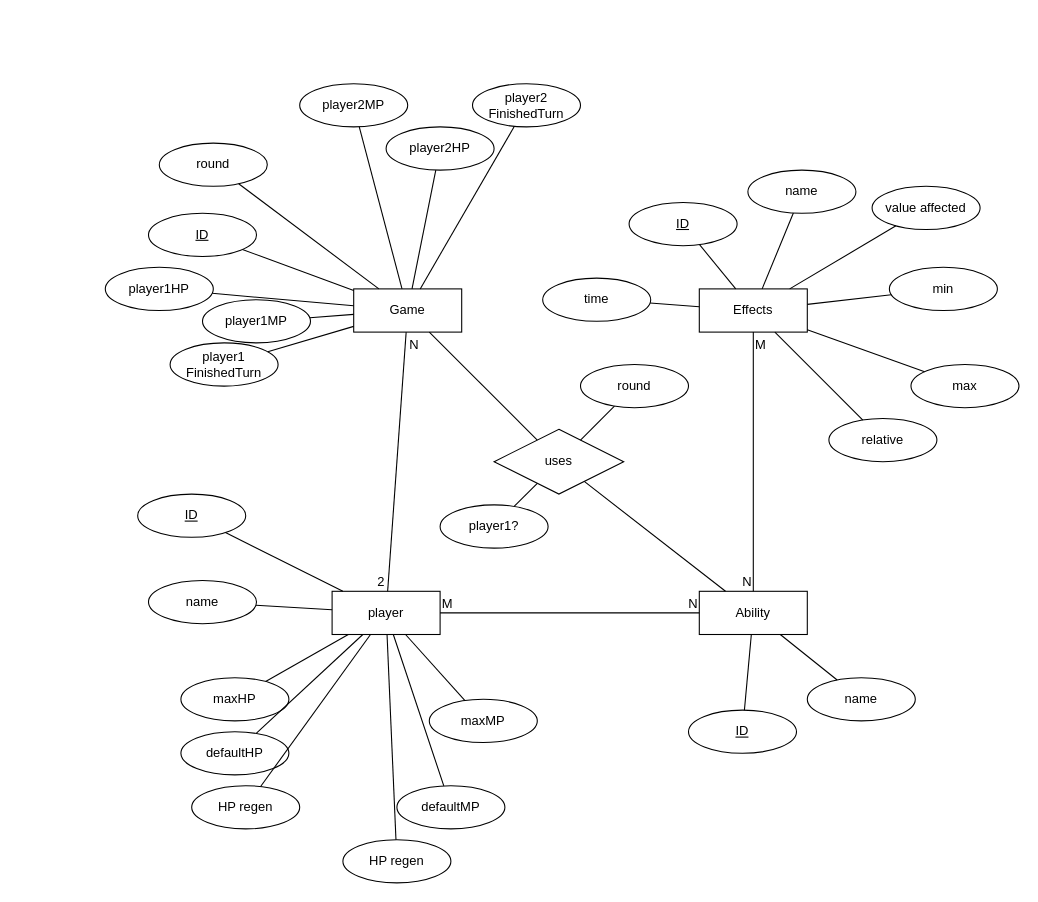
Earlier version of the draw.io diagram ER.drawio (Schatten2021/informatik_project_game-server). Source tidied: cells renumbered, new cells numbered last; positions are measured from the earlier drawing's top-left corner, leaving out a move shared by most shapes. Both pictures are drawn from the tidied source at 108%, with x=0, y=0 at pixel (105, 83).
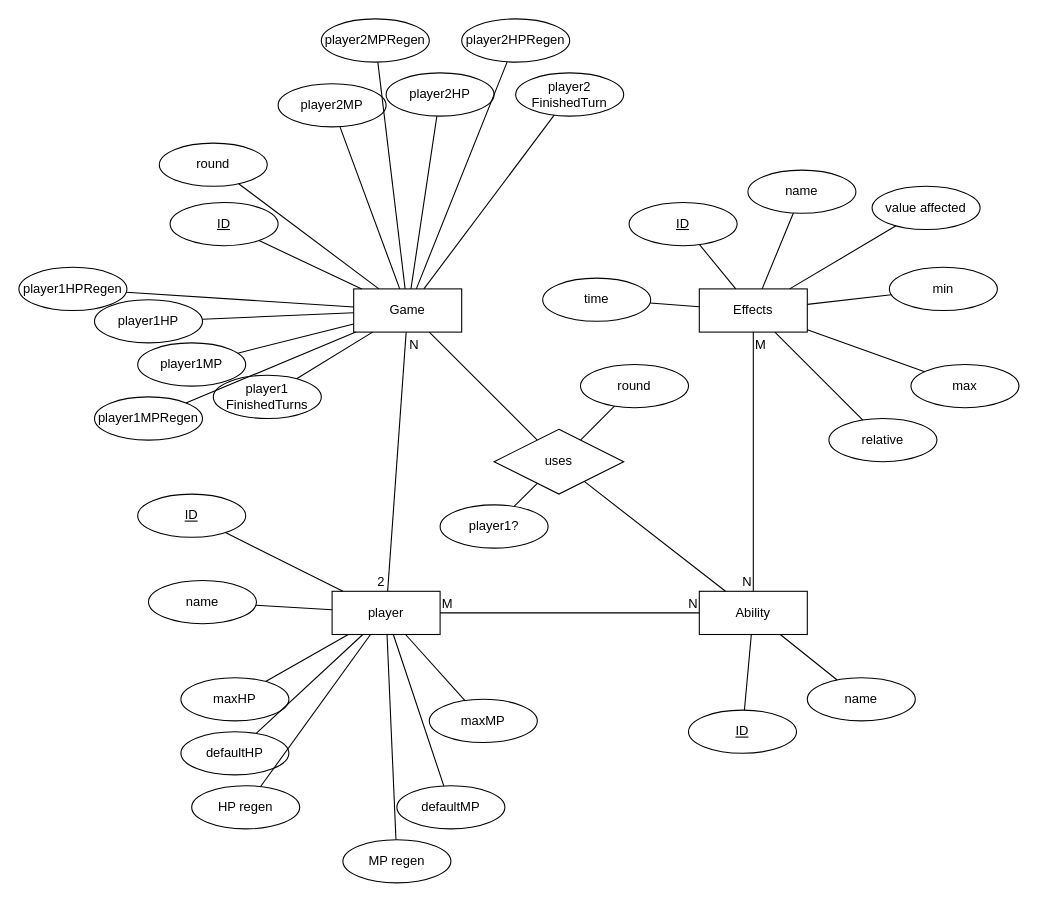
The same page after the edit.

Unchanged cells that the change refers to:
```xml
<mxCell id="11" value="Game" style="whiteSpace=wrap;html=1;align=center;" parent="1" vertex="1">
  <mxGeometry x="230" y="190" width="100" height="40" as="geometry" />
</mxCell>
```

The edit, as a diff of the source:
```diff
@@
     <mxCell id="15" value="ID" style="ellipse;whiteSpace=wrap;html=1;align=center;fontStyle=4;" parent="1" vertex="1">
-      <mxGeometry x="40" y="120" width="100" height="40" as="geometry" />
+      <mxGeometry x="60" y="110" width="100" height="40" as="geometry" />
     </mxCell>
@@
     <mxCell id="17" value="player1HP" style="ellipse;whiteSpace=wrap;html=1;align=center;" parent="1" vertex="1">
-      <mxGeometry y="170" width="100" height="40" as="geometry" />
+      <mxGeometry x="-10" y="200" width="100" height="40" as="geometry" />
     </mxCell>
@@
     <mxCell id="19" value="player1MP" style="ellipse;whiteSpace=wrap;html=1;align=center;" parent="1" vertex="1">
-      <mxGeometry x="90" y="200" width="100" height="40" as="geometry" />
+      <mxGeometry x="30" y="240" width="100" height="40" as="geometry" />
     </mxCell>
@@
     <mxCell id="21" value="player2HP" style="ellipse;whiteSpace=wrap;html=1;align=center;" parent="1" vertex="1">
-      <mxGeometry x="260" y="40" width="100" height="40" as="geometry" />
+      <mxGeometry x="260" y="-10" width="100" height="40" as="geometry" />
     </mxCell>
@@
     <mxCell id="23" value="player2MP" style="ellipse;whiteSpace=wrap;html=1;align=center;" parent="1" vertex="1">
-      <mxGeometry x="180" width="100" height="40" as="geometry" />
+      <mxGeometry x="160" width="100" height="40" as="geometry" />
     </mxCell>
@@
     <mxCell id="60" value="player2 FinishedTurn" style="ellipse;whiteSpace=wrap;html=1;align=center;" parent="1" vertex="1">
-      <mxGeometry x="340" width="100" height="40" as="geometry" />
+      <mxGeometry x="380" y="-10" width="100" height="40" as="geometry" />
     </mxCell>
@@
-    <mxCell id="62" value="player1 FinishedTurn" style="ellipse;whiteSpace=wrap;html=1;align=center;" parent="1" vertex="1">
-      <mxGeometry x="60" y="240" width="100" height="40" as="geometry" />
+    <mxCell id="62" value="player1 FinishedTurns" style="ellipse;whiteSpace=wrap;html=1;align=center;" parent="1" vertex="1">
+      <mxGeometry x="100" y="270" width="100" height="40" as="geometry" />
     </mxCell>
@@
-    <mxCell id="70" value="HP regen" style="ellipse;whiteSpace=wrap;html=1;align=center;" parent="1" vertex="1">
+    <mxCell id="70" value="MP regen" style="ellipse;whiteSpace=wrap;html=1;align=center;" parent="1" vertex="1">
       <mxGeometry x="220" y="700" width="100" height="40" as="geometry" />
     </mxCell>
@@
+    <mxCell id="72" value="player1&lt;span style=&quot;background-color: initial;&quot;&gt;MPRegen&lt;/span&gt;" style="ellipse;whiteSpace=wrap;html=1;align=center;" parent="1" vertex="1">
+      <mxGeometry x="-10" y="290" width="100" height="40" as="geometry" />
+    </mxCell>
+    <mxCell id="73" style="endArrow=none;html=1;rounded=0;" parent="1" edge="1" source="72" target="11">
+      <mxGeometry relative="1" as="geometry" />
+    </mxCell>
+    <mxCell id="74" value="player1HPRegen" style="ellipse;whiteSpace=wrap;html=1;align=center;" parent="1" vertex="1">
+      <mxGeometry x="-80" y="170" width="100" height="40" as="geometry" />
+    </mxCell>
+    <mxCell id="75" style="endArrow=none;html=1;rounded=0;" parent="1" edge="1" source="74" target="11">
+      <mxGeometry relative="1" as="geometry" />
+    </mxCell>
+    <mxCell id="76" value="player2MPRegen" style="ellipse;whiteSpace=wrap;html=1;align=center;" parent="1" vertex="1">
+      <mxGeometry x="200" y="-60" width="100" height="40" as="geometry" />
+    </mxCell>
+    <mxCell id="77" style="endArrow=none;html=1;rounded=0;" parent="1" edge="1" source="76" target="11">
+      <mxGeometry relative="1" as="geometry" />
+    </mxCell>
+    <mxCell id="78" value="player2HPRegen" style="ellipse;whiteSpace=wrap;html=1;align=center;" parent="1" vertex="1">
+      <mxGeometry x="330" y="-60" width="100" height="40" as="geometry" />
+    </mxCell>
+    <mxCell id="79" style="endArrow=none;html=1;rounded=0;" parent="1" edge="1" source="78" target="11">
+      <mxGeometry relative="1" as="geometry" />
+    </mxCell>
```
